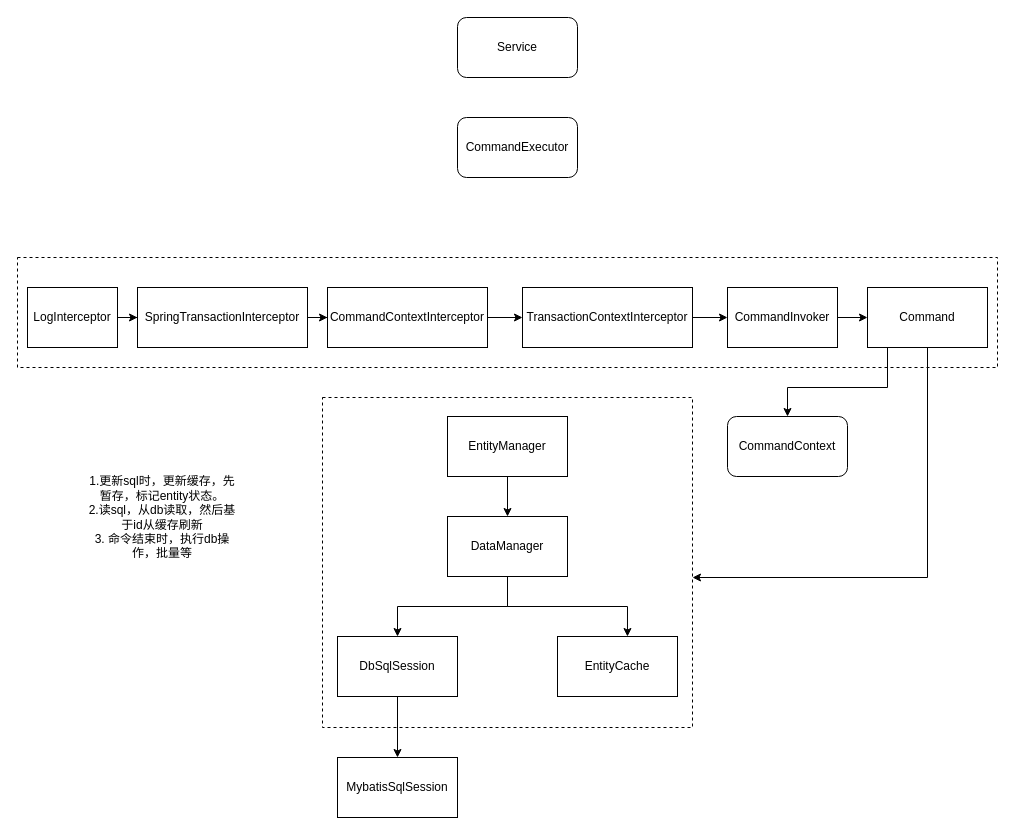
Earlier version of the draw.io diagram activiti.drawio (jessin20161124/javase1). Source tidied: cells renumbered, new cells numbered last; positions are measured from the earlier drawing's top-left corner, leaving out a move shared by most shapes. Both pictures are drawn from the tidied source at 100%, with x=0, y=0 at pixel (17, 17).
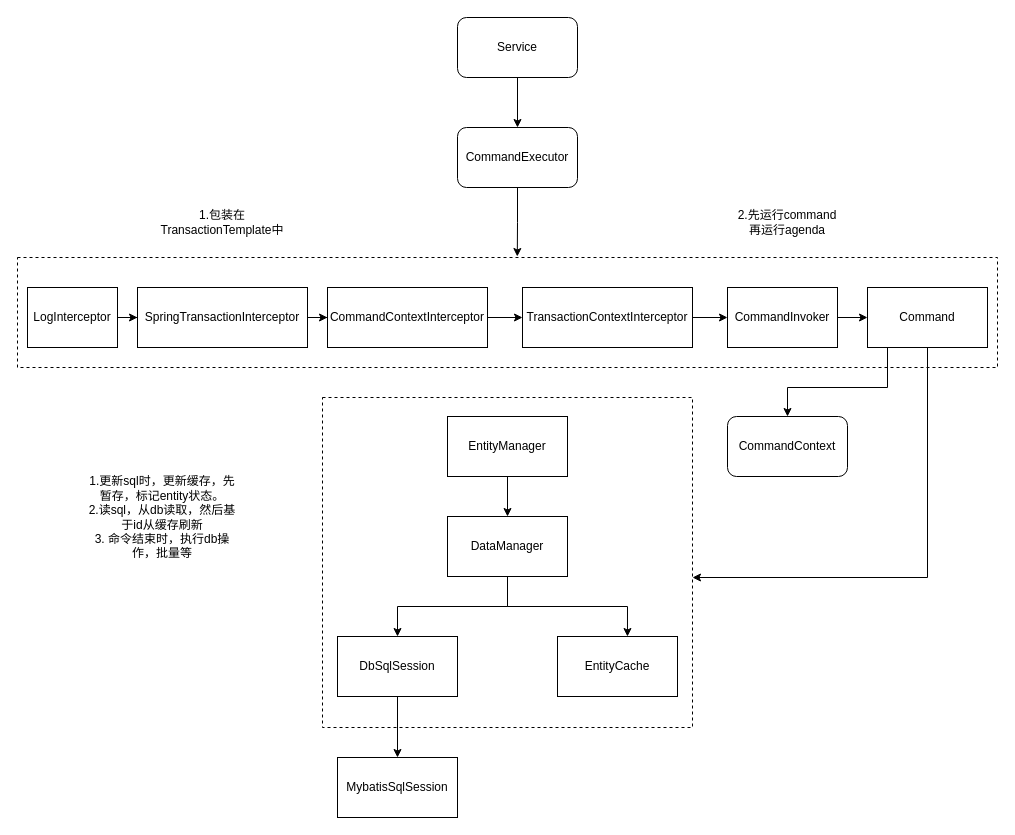
The same page after the edit.

Unchanged cells that the change refers to:
```xml
<mxCell id="2" style="rounded=0;whiteSpace=wrap;html=1;dashed=1;" parent="1" vertex="1">
  <mxGeometry y="240" width="980" height="110" as="geometry" />
</mxCell>
<mxCell id="12" value="Service" style="rounded=1;whiteSpace=wrap;html=1;" parent="1" vertex="1">
  <mxGeometry x="440" width="120" height="60" as="geometry" />
</mxCell>
```

The edit, as a diff of the source:
```diff
@@
+    <mxCell id="30" style="edgeStyle=orthogonalEdgeStyle;rounded=0;jettySize=auto;html=1;entryX=0.5;entryY=0;entryDx=0;entryDy=0;" parent="1" edge="1" source="12" target="18">
+      <mxGeometry relative="1" as="geometry" />
+    </mxCell>
@@
+    <mxCell id="31" style="edgeStyle=orthogonalEdgeStyle;rounded=0;jettySize=auto;html=1;entryX=0.51;entryY=-0.009;entryDx=0;entryDy=0;entryPerimeter=0;" parent="1" edge="1" source="18" target="2">
+      <mxGeometry relative="1" as="geometry" />
+    </mxCell>
     <mxCell id="18" value="CommandExecutor" style="rounded=1;whiteSpace=wrap;html=1;" parent="1" vertex="1">
-      <mxGeometry x="440" y="100" width="120" height="60" as="geometry" />
+      <mxGeometry x="440" y="110" width="120" height="60" as="geometry" />
     </mxCell>
@@
+    <mxCell id="32" value="1.包装在TransactionTemplate中" style="text;html=1;strokeColor=none;fillColor=none;align=center;verticalAlign=middle;whiteSpace=wrap;rounded=0;" parent="1" vertex="1">
+      <mxGeometry x="135" y="190" width="140" height="30" as="geometry" />
+    </mxCell>
+    <mxCell id="33" value="2.先运行command&lt;br&gt;再运行agenda" style="text;html=1;strokeColor=none;fillColor=none;align=center;verticalAlign=middle;whiteSpace=wrap;rounded=0;" parent="1" vertex="1">
+      <mxGeometry x="700" y="190" width="140" height="30" as="geometry" />
+    </mxCell>
```
